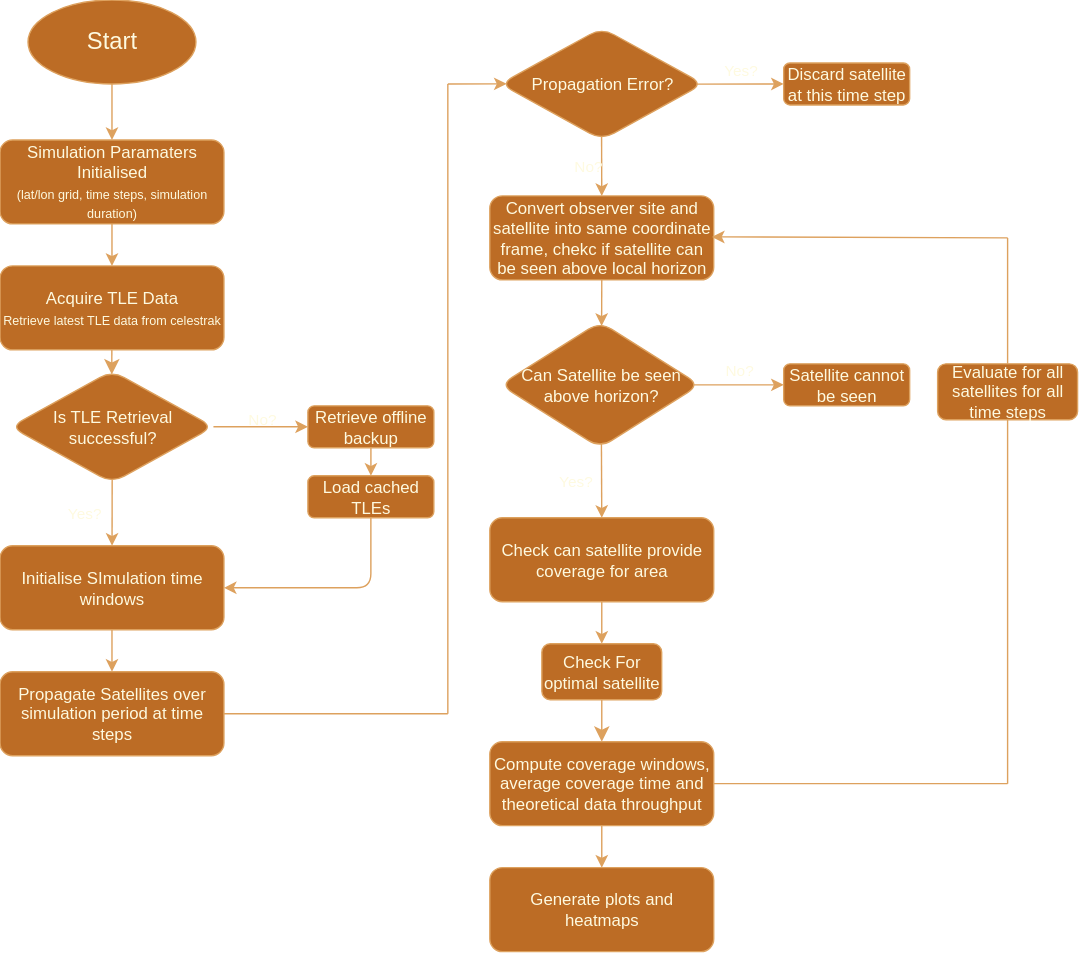
This is figures/FYP_Overall_Logic.svg from AlanFarrell/FYP-Report, a draw.io export, as it was before one commit. Source tidied: cells renumbered, new cells last; positions are measured from the earlier drawing's top-left corner, leaving out a move shared by most shapes.
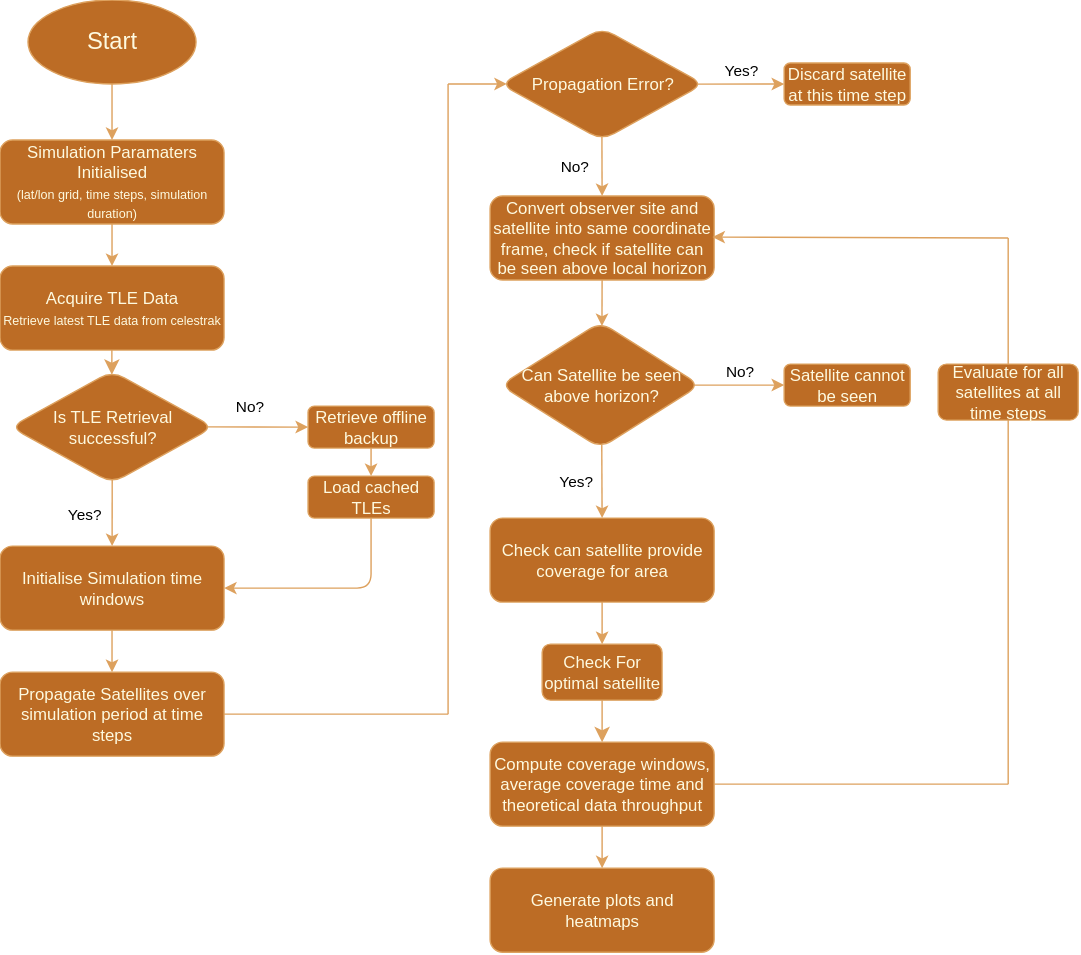
The same diagram one commit later.

Diff of the diagram source:
```diff
@@ -10,7 +10,7 @@
         <mxPoint x="560" y="60" as="targetPoint" />
       </mxGeometry>
     </mxCell>
-    <mxCell id="4" value="Yes?" style="edgeLabel;html=1;align=center;verticalAlign=middle;labelBackgroundColor=none;labelBorderColor=none;strokeOpacity=100;fontColor=#FEFAE0;rounded=1;" parent="3" vertex="1">
+    <mxCell id="4" value="Yes?" style="edgeLabel;html=1;align=center;verticalAlign=middle;labelBackgroundColor=none;labelBorderColor=none;strokeOpacity=100;fontColor=light-dark(#000000,#000000);rounded=1;" parent="3" vertex="1">
       <mxGeometry relative="1" as="geometry">
         <mxPoint y="-10" as="offset" />
       </mxGeometry>
@@ -23,12 +23,12 @@
         <mxPoint x="430" y="140" as="targetPoint" />
       </mxGeometry>
     </mxCell>
-    <mxCell id="7" value="No?" style="edgeLabel;html=1;align=center;verticalAlign=middle;labelBackgroundColor=none;labelBorderColor=none;strokeOpacity=100;fontColor=#FEFAE0;rounded=1;" parent="6" vertex="1">
+    <mxCell id="7" value="No?" style="edgeLabel;html=1;align=center;verticalAlign=middle;labelBackgroundColor=none;labelBorderColor=none;strokeOpacity=100;fontColor=light-dark(#000000,#000000);rounded=1;" parent="6" vertex="1">
       <mxGeometry relative="1" as="geometry">
-        <mxPoint x="-10" as="offset" />
+        <mxPoint x="-20" as="offset" />
       </mxGeometry>
     </mxCell>
-    <mxCell id="8" value="&lt;div&gt;Convert observer site and satellite into same coordinate frame, chekc if satellite can be seen above local horizon&lt;/div&gt;" style="rounded=1;whiteSpace=wrap;html=1;labelBackgroundColor=none;labelBorderColor=none;strokeOpacity=100;fillColor=#BC6C25;strokeColor=#DDA15E;fontColor=#FEFAE0;" parent="1" vertex="1">
+    <mxCell id="8" value="&lt;div&gt;Convert observer site and satellite into same coordinate frame, check if satellite can be seen above local horizon&lt;/div&gt;" style="rounded=1;whiteSpace=wrap;html=1;labelBackgroundColor=none;labelBorderColor=none;strokeOpacity=100;fillColor=#BC6C25;strokeColor=#DDA15E;fontColor=#FEFAE0;" parent="1" vertex="1">
       <mxGeometry x="350" y="140" width="160" height="60" as="geometry" />
     </mxCell>
     <mxCell id="9" style="endArrow=classic;html=1;rounded=1;exitX=0.5;exitY=1;exitDx=0;exitDy=0;fontColor=default;labelBackgroundColor=none;labelBorderColor=none;strokeOpacity=100;strokeColor=#DDA15E;entryX=0.508;entryY=0.032;entryDx=0;entryDy=0;entryPerimeter=0;" parent="1" edge="1" source="8" target="10">
@@ -58,17 +58,17 @@
     <mxCell id="17" style="endArrow=classic;html=1;rounded=1;exitX=0.501;exitY=0.969;exitDx=0;exitDy=0;fontColor=default;labelBackgroundColor=none;labelBorderColor=none;strokeOpacity=100;strokeColor=#DDA15E;exitPerimeter=0;" parent="1" edge="1" source="16" target="25">
       <mxGeometry relative="1" as="geometry" />
     </mxCell>
-    <mxCell id="18" value="Yes?" style="edgeLabel;html=1;align=center;verticalAlign=middle;labelBackgroundColor=none;labelBorderColor=none;strokeOpacity=100;fontColor=#FEFAE0;rounded=1;" parent="17" vertex="1">
+    <mxCell id="18" value="Yes?" style="edgeLabel;html=1;align=center;verticalAlign=middle;labelBackgroundColor=none;labelBorderColor=none;strokeOpacity=100;fontColor=light-dark(#000000,#000000);rounded=1;" parent="17" vertex="1">
       <mxGeometry relative="1" as="geometry">
         <mxPoint x="-20" as="offset" />
       </mxGeometry>
     </mxCell>
-    <mxCell id="19" style="endArrow=classic;html=1;rounded=1;exitX=1;exitY=0.5;exitDx=0;exitDy=0;entryX=0;entryY=0.5;entryDx=0;entryDy=0;fontColor=default;labelBackgroundColor=none;labelBorderColor=none;strokeOpacity=100;strokeColor=#DDA15E;" parent="1" edge="1" source="16" target="22">
+    <mxCell id="19" style="endArrow=classic;html=1;rounded=1;exitX=0.965;exitY=0.498;exitDx=0;exitDy=0;entryX=0;entryY=0.5;entryDx=0;entryDy=0;fontColor=default;labelBackgroundColor=none;labelBorderColor=none;strokeOpacity=100;strokeColor=#DDA15E;exitPerimeter=0;" parent="1" edge="1" source="16" target="22">
       <mxGeometry relative="1" as="geometry" />
     </mxCell>
-    <mxCell id="20" value="No?" style="edgeLabel;html=1;align=center;verticalAlign=middle;labelBackgroundColor=none;labelBorderColor=none;strokeOpacity=100;fontColor=#FEFAE0;rounded=1;" parent="19" vertex="1">
+    <mxCell id="20" value="No?" style="edgeLabel;html=1;align=center;verticalAlign=middle;labelBackgroundColor=none;labelBorderColor=none;strokeOpacity=100;fontColor=light-dark(#000000,#000000);rounded=1;" parent="19" vertex="1">
       <mxGeometry relative="1" as="geometry">
-        <mxPoint y="-5" as="offset" />
+        <mxPoint x="-6" y="-15" as="offset" />
       </mxGeometry>
     </mxCell>
     <mxCell id="21" style="edgeStyle=orthogonalEdgeStyle;rounded=1;jettySize=auto;html=1;fontColor=default;labelBackgroundColor=none;labelBorderColor=none;strokeOpacity=100;strokeColor=#DDA15E;" parent="1" edge="1" source="22" target="23">
@@ -83,7 +83,7 @@
     <mxCell id="24" style="edgeStyle=orthogonalEdgeStyle;rounded=1;jettySize=auto;html=1;fontColor=default;labelBackgroundColor=none;labelBorderColor=none;strokeOpacity=100;strokeColor=#DDA15E;" parent="1" edge="1" source="25" target="28">
       <mxGeometry relative="1" as="geometry" />
     </mxCell>
-    <mxCell id="25" value="&lt;div&gt;Initialise SImulation time windows&lt;/div&gt;" style="rounded=1;whiteSpace=wrap;html=1;labelBackgroundColor=none;labelBorderColor=none;strokeOpacity=100;fillColor=#BC6C25;strokeColor=#DDA15E;fontColor=#FEFAE0;" parent="1" vertex="1">
+    <mxCell id="25" value="&lt;div&gt;Initialise Simulation time windows&lt;/div&gt;" style="rounded=1;whiteSpace=wrap;html=1;labelBackgroundColor=none;labelBorderColor=none;strokeOpacity=100;fillColor=#BC6C25;strokeColor=#DDA15E;fontColor=#FEFAE0;" parent="1" vertex="1">
       <mxGeometry y="390" width="160" height="60" as="geometry" />
     </mxCell>
     <mxCell id="26" style="endArrow=none;html=1;rounded=1;fontColor=default;labelBackgroundColor=none;labelBorderColor=none;strokeOpacity=100;strokeColor=#DDA15E;" parent="1" edge="1">
@@ -123,7 +123,7 @@
         <mxPoint x="560" y="275" as="targetPoint" />
       </mxGeometry>
     </mxCell>
-    <mxCell id="33" value="No?" style="edgeLabel;html=1;align=center;verticalAlign=middle;labelBackgroundColor=none;labelBorderColor=none;strokeOpacity=100;fontColor=#FEFAE0;rounded=1;" parent="32" vertex="1">
+    <mxCell id="33" value="No?" style="edgeLabel;html=1;align=center;verticalAlign=middle;labelBackgroundColor=none;labelBorderColor=none;strokeOpacity=100;fontColor=light-dark(#000000,#000000);rounded=1;" parent="32" vertex="1">
       <mxGeometry relative="1" as="geometry">
         <mxPoint y="-10" as="offset" />
       </mxGeometry>
@@ -134,7 +134,7 @@
     <mxCell id="35" style="endArrow=classic;html=1;rounded=1;exitX=0.507;exitY=0.969;exitDx=0;exitDy=0;fontColor=default;labelBackgroundColor=none;labelBorderColor=none;strokeOpacity=100;strokeColor=#DDA15E;exitPerimeter=0;entryX=0.5;entryY=0;entryDx=0;entryDy=0;" parent="1" edge="1" source="10" target="38">
       <mxGeometry relative="1" as="geometry" />
     </mxCell>
-    <mxCell id="36" value="Yes?" style="edgeLabel;html=1;align=center;verticalAlign=middle;labelBackgroundColor=none;labelBorderColor=none;strokeOpacity=100;fontColor=#FEFAE0;rounded=1;" parent="35" vertex="1">
+    <mxCell id="36" value="Yes?" style="edgeLabel;html=1;align=center;verticalAlign=middle;labelBackgroundColor=none;labelBorderColor=none;strokeOpacity=100;fontColor=light-dark(#000000,#000000);rounded=1;" parent="35" vertex="1">
       <mxGeometry relative="1" as="geometry">
         <mxPoint x="-19" as="offset" />
       </mxGeometry>
@@ -161,7 +161,7 @@
         <mxPoint x="720" y="560" as="sourcePoint" />
       </mxGeometry>
     </mxCell>
-    <mxCell id="43" value="Evaluate for all satellites for all time steps" style="rounded=1;whiteSpace=wrap;html=1;labelBackgroundColor=none;labelBorderColor=none;strokeOpacity=100;fillColor=#BC6C25;strokeColor=#DDA15E;fontColor=#FEFAE0;" parent="1" vertex="1">
+    <mxCell id="43" value="Evaluate for all satellites at all time steps" style="rounded=1;whiteSpace=wrap;html=1;labelBackgroundColor=none;labelBorderColor=none;strokeOpacity=100;fillColor=#BC6C25;strokeColor=#DDA15E;fontColor=#FEFAE0;" parent="1" vertex="1">
       <mxGeometry x="670" y="260" width="100" height="40" as="geometry" />
     </mxCell>
     <mxCell id="44" style="endArrow=none;html=1;rounded=1;exitX=0.5;exitY=0;exitDx=0;exitDy=0;fontColor=default;labelBackgroundColor=none;labelBorderColor=none;strokeOpacity=100;strokeColor=#DDA15E;" parent="1" edge="1" source="43">
```
